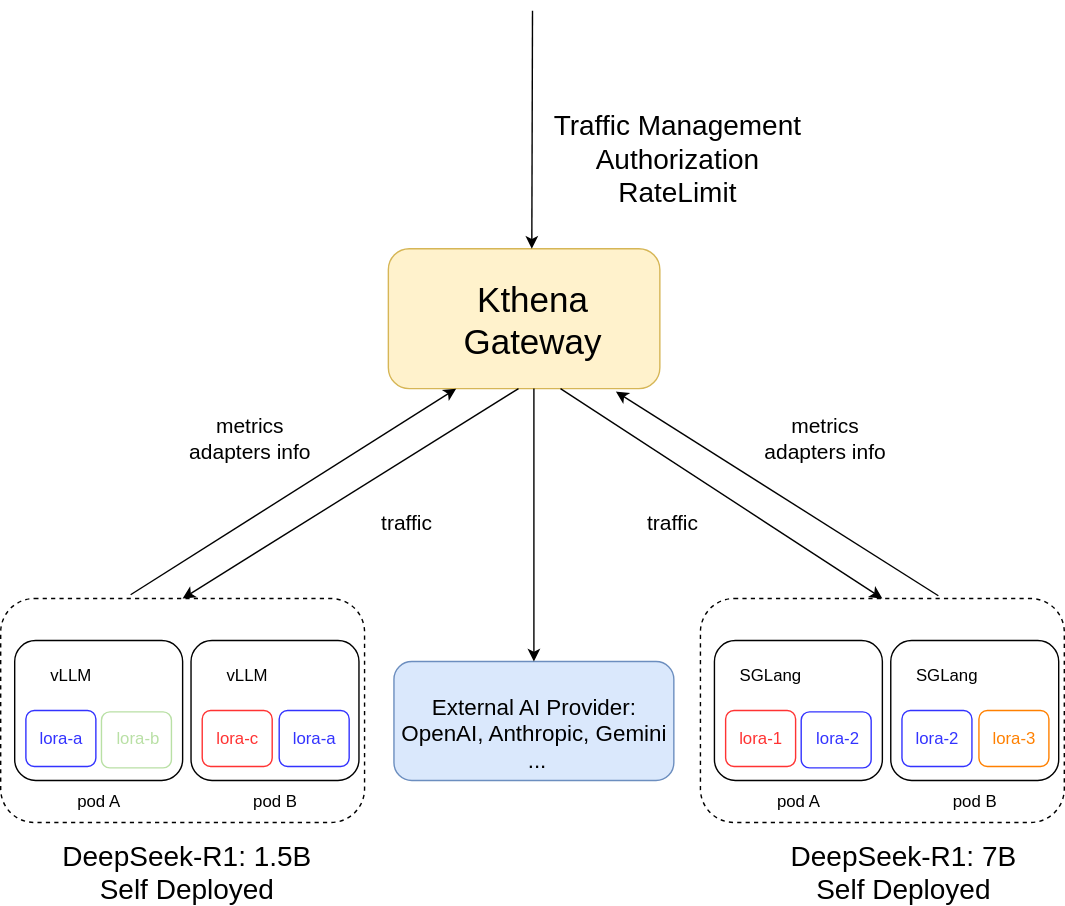
matrixinfer-ai/kthena keeps this draw.io diagram as docs/kthena/static/img/infer-router-arch.svg. Above is the earlier version. Source tidied: cells renumbered, new cells last; positions are measured from the earlier drawing's top-left corner, leaving out a move shared by most shapes.
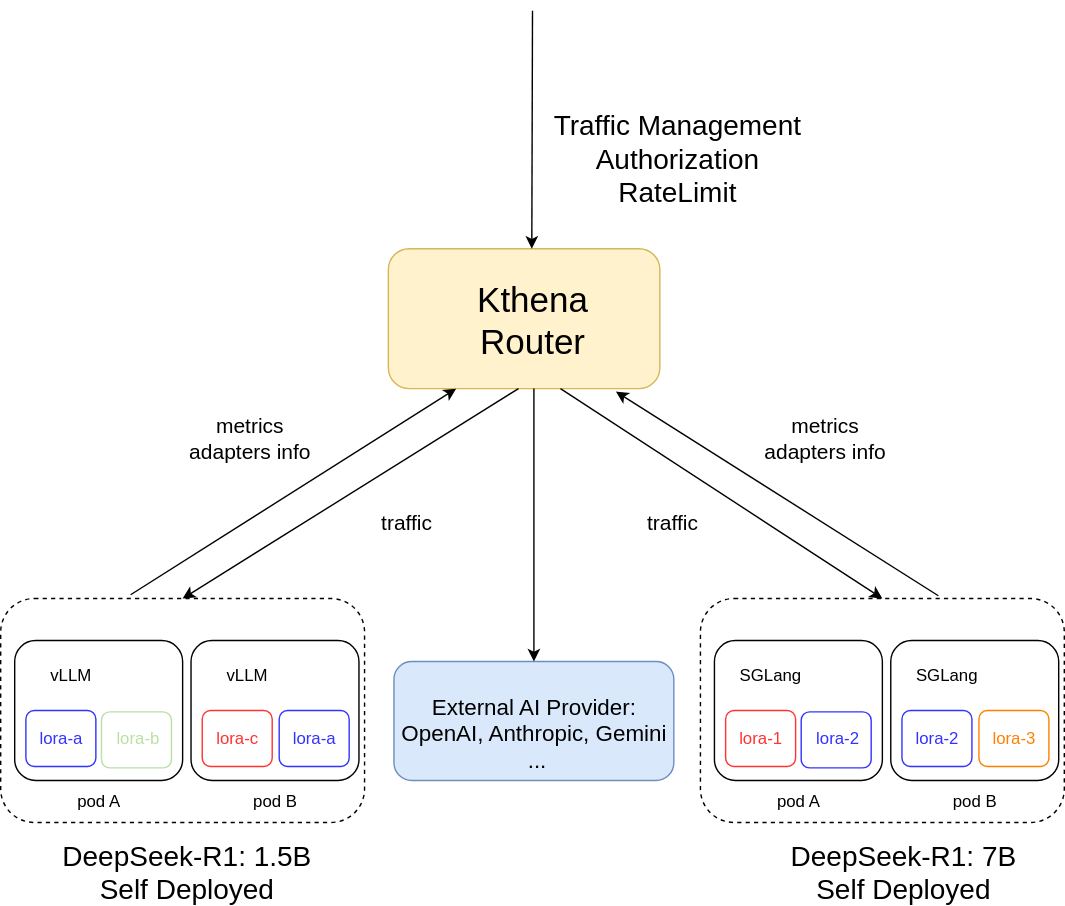
The same file after the commit.

Diff of the diagram source:
```diff
@@ -95,7 +95,7 @@
     <mxCell id="32" value="lora-3" style="text;html=1;align=center;verticalAlign=middle;whiteSpace=wrap;rounded=0;fontColor=#FF8000;" parent="1" vertex="1">
       <mxGeometry x="694" y="505" width="60" height="30" as="geometry" />
     </mxCell>
-    <mxCell id="33" value="&lt;font style=&quot;font-size: 25px;&quot;&gt;Kthena&lt;/font&gt;&lt;div&gt;&lt;font style=&quot;font-size: 25px;&quot;&gt;Gateway&lt;/font&gt;&lt;/div&gt;" style="text;html=1;align=center;verticalAlign=middle;whiteSpace=wrap;rounded=0;" parent="1" vertex="1">
+    <mxCell id="33" value="&lt;font style=&quot;font-size: 25px;&quot;&gt;Kthena&lt;/font&gt;&lt;div&gt;&lt;font style=&quot;font-size: 25px;&quot;&gt;Router&lt;/font&gt;&lt;/div&gt;" style="text;html=1;align=center;verticalAlign=middle;whiteSpace=wrap;rounded=0;" parent="1" vertex="1">
       <mxGeometry x="350" y="205" width="60" height="30" as="geometry" />
     </mxCell>
     <mxCell id="34" style="rounded=1;whiteSpace=wrap;html=1;fillColor=#dae8fc;strokeColor=#6c8ebf;" parent="1" vertex="1">
```
